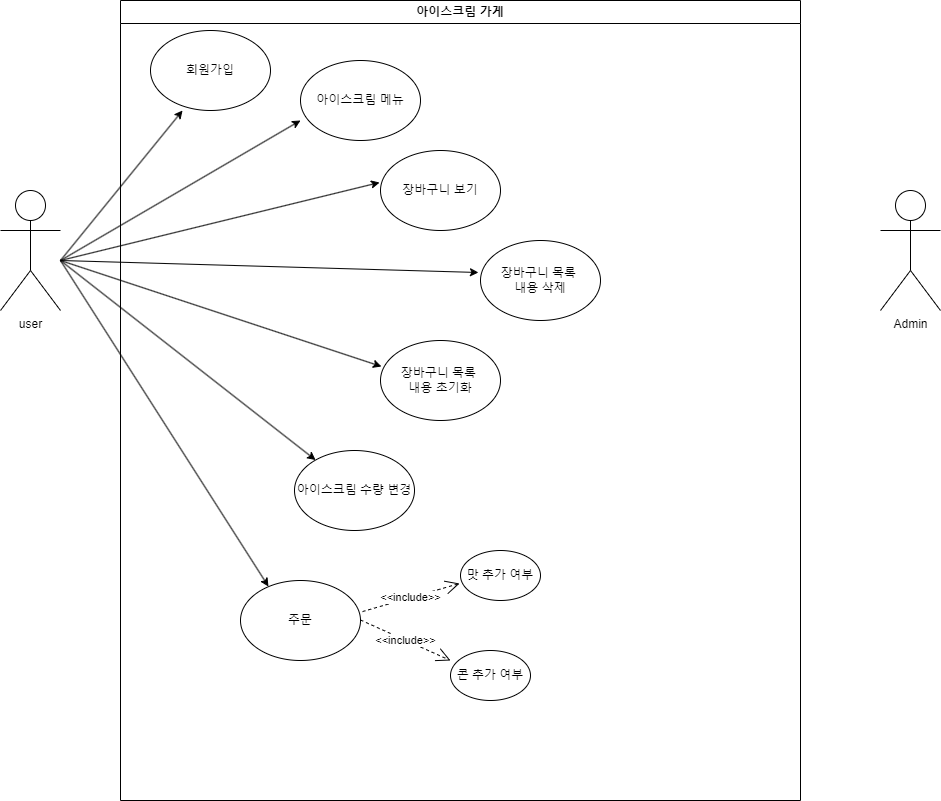
The draw.io diagram mini_project_use-case.png in junHyeokP/Algorithm, before a commit. Source tidied: cells renumbered, new cells last; positions are measured from the earlier drawing's top-left corner, leaving out a move shared by most shapes.
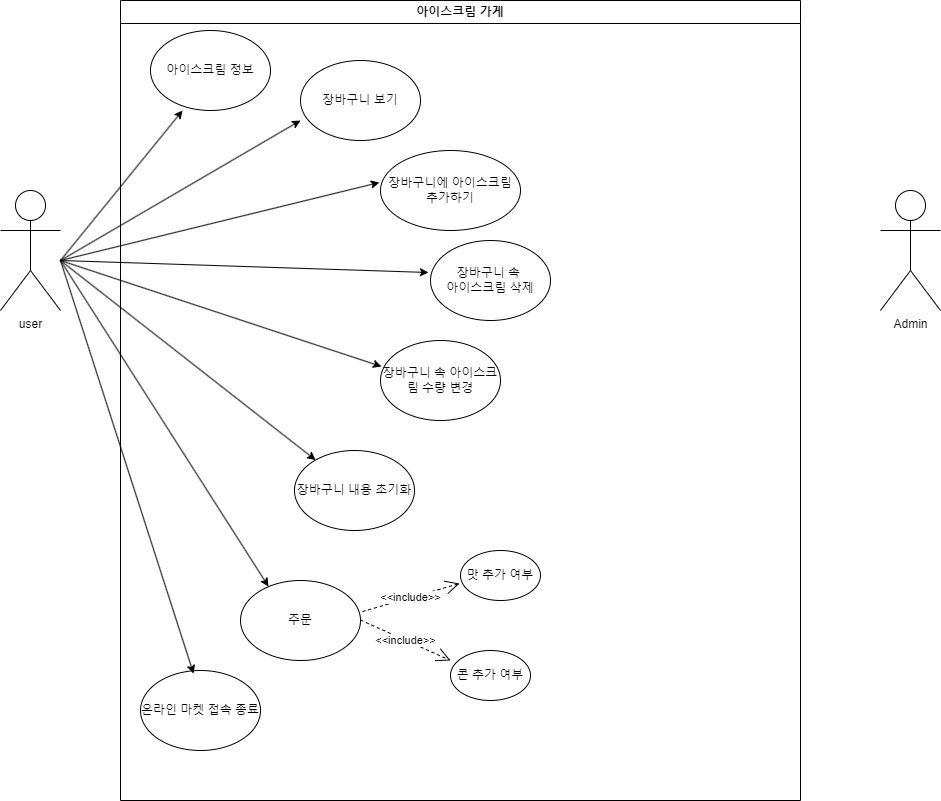
Above is the later version.

What changed in the source:
```diff
@@ -11,13 +11,13 @@
     <mxCell id="4" value="아이스크림 가게" style="swimlane;whiteSpace=wrap;html=1;" parent="1" vertex="1">
       <mxGeometry x="120" width="680" height="800" as="geometry" />
     </mxCell>
-    <mxCell id="5" value="장바구니 목록&amp;nbsp;&lt;div&gt;내용 삭제&lt;/div&gt;" style="ellipse;whiteSpace=wrap;html=1;" parent="4" vertex="1">
-      <mxGeometry x="360" y="240" width="120" height="80" as="geometry" />
+    <mxCell id="5" value="장바구니 속&amp;nbsp;&lt;div&gt;아이스크림 삭제&lt;/div&gt;" style="ellipse;whiteSpace=wrap;html=1;" parent="4" vertex="1">
+      <mxGeometry x="310" y="240" width="120" height="80" as="geometry" />
     </mxCell>
-    <mxCell id="6" value="장바구니 보기" style="ellipse;whiteSpace=wrap;html=1;" parent="4" vertex="1">
-      <mxGeometry x="260" y="150" width="120" height="80" as="geometry" />
+    <mxCell id="6" value="장바구니에 아이스크림 추가하기" style="ellipse;whiteSpace=wrap;html=1;" parent="4" vertex="1">
+      <mxGeometry x="260" y="150" width="140" height="80" as="geometry" />
     </mxCell>
-    <mxCell id="7" value="아이스크림 메뉴" style="ellipse;whiteSpace=wrap;html=1;" parent="4" vertex="1">
+    <mxCell id="7" value="장바구니 보기" style="ellipse;whiteSpace=wrap;html=1;" parent="4" vertex="1">
       <mxGeometry x="180" y="60" width="120" height="80" as="geometry" />
     </mxCell>
     <mxCell id="8" value="콘 추가 여부" style="ellipse;whiteSpace=wrap;html=1;direction=east;" parent="4" vertex="1">
@@ -26,7 +26,7 @@
     <mxCell id="9" value="맛 추가 여부" style="ellipse;whiteSpace=wrap;html=1;" parent="4" vertex="1">
       <mxGeometry x="340" y="550" width="80" height="50" as="geometry" />
     </mxCell>
-    <mxCell id="10" value="아이스크림 수량 변경" style="ellipse;whiteSpace=wrap;html=1;" parent="4" vertex="1">
+    <mxCell id="10" value="장바구니 내용 초기화" style="ellipse;whiteSpace=wrap;html=1;" parent="4" vertex="1">
       <mxGeometry x="174" y="450" width="120" height="80" as="geometry" />
     </mxCell>
     <mxCell id="11" style="endArrow=classic;html=1;rounded=0;entryX=0.233;entryY=0.075;entryDx=0;entryDy=0;entryPerimeter=0;" parent="4" edge="1" target="12">
@@ -37,10 +37,10 @@
     <mxCell id="12" value="주문" style="ellipse;whiteSpace=wrap;html=1;" parent="4" vertex="1">
       <mxGeometry x="120" y="580" width="120" height="80" as="geometry" />
     </mxCell>
-    <mxCell id="13" value="회원가입" style="ellipse;whiteSpace=wrap;html=1;" parent="4" vertex="1">
+    <mxCell id="13" value="아이스크림 정보" style="ellipse;whiteSpace=wrap;html=1;" parent="4" vertex="1">
       <mxGeometry x="30" y="30" width="120" height="80" as="geometry" />
     </mxCell>
-    <mxCell id="14" value="장바구니 목록&amp;nbsp;&lt;div&gt;내용 초기화&lt;/div&gt;" style="ellipse;whiteSpace=wrap;html=1;" parent="4" vertex="1">
+    <mxCell id="14" value="장바구니 속 아이스크림 수량 변경" style="ellipse;whiteSpace=wrap;html=1;" parent="4" vertex="1">
       <mxGeometry x="260" y="340" width="120" height="80" as="geometry" />
     </mxCell>
     <mxCell id="15" value="&amp;lt;&amp;lt;include&amp;gt;&amp;gt;" style="endArrow=open;endSize=12;dashed=1;html=1;rounded=0;entryX=0;entryY=0.2;entryDx=0;entryDy=0;entryPerimeter=0;" parent="4" edge="1" target="8">
@@ -51,6 +51,14 @@
     <mxCell id="16" value="&amp;lt;&amp;lt;include&amp;gt;&amp;gt;" style="endArrow=open;endSize=12;dashed=1;html=1;rounded=0;entryX=-0.012;entryY=0.66;entryDx=0;entryDy=0;entryPerimeter=0;exitX=1.017;exitY=0.388;exitDx=0;exitDy=0;exitPerimeter=0;" parent="4" edge="1" source="12" target="9">
       <mxGeometry relative="1" as="geometry" />
     </mxCell>
+    <mxCell id="23" value="온라인 마켓 접속 종료" style="ellipse;whiteSpace=wrap;html=1;" parent="4" vertex="1">
+      <mxGeometry x="20" y="670" width="120" height="80" as="geometry" />
+    </mxCell>
+    <mxCell id="24" style="endArrow=classic;html=1;rounded=0;entryX=0.442;entryY=0.038;entryDx=0;entryDy=0;entryPerimeter=0;" parent="4" edge="1" target="23">
+      <mxGeometry relative="1" as="geometry">
+        <mxPoint x="-60" y="260" as="sourcePoint" />
+      </mxGeometry>
+    </mxCell>
     <mxCell id="17" style="endArrow=classic;html=1;rounded=0;entryX=0;entryY=0.75;entryDx=0;entryDy=0;entryPerimeter=0;" parent="1" edge="1" target="7">
       <mxGeometry relative="1" as="geometry">
         <mxPoint x="60" y="260" as="sourcePoint" />
```
